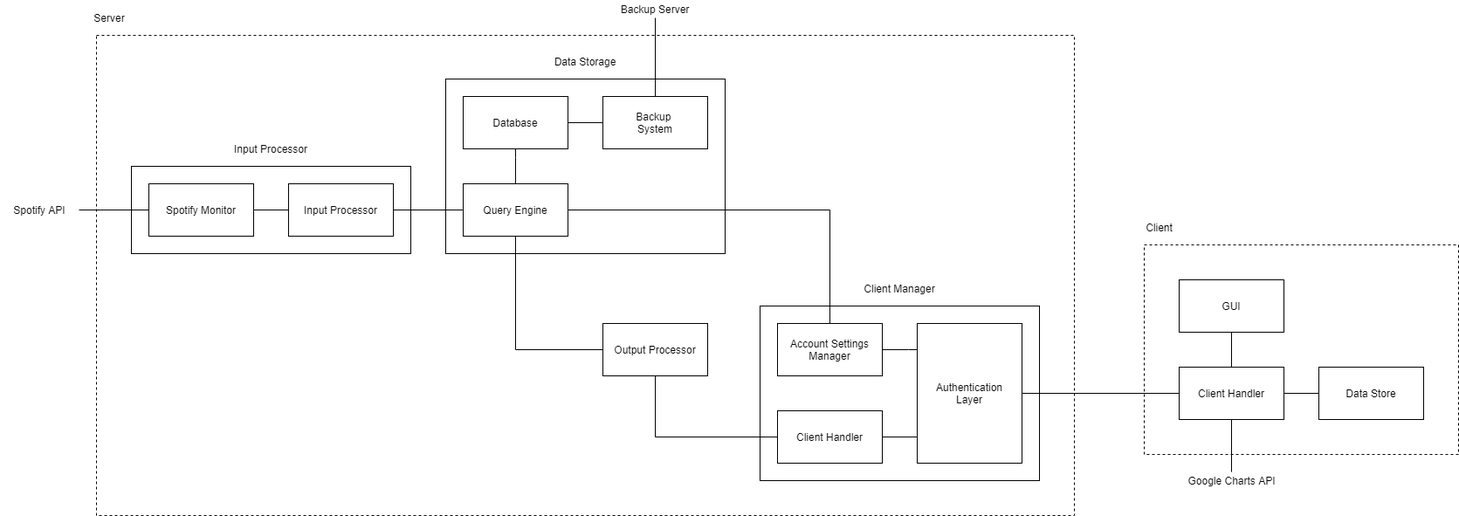
Before: Design/HLA/hla.png, a diagram exported from draw.io (jcryer/CSED-2). Source tidied: cells renumbered, new cells last; positions are measured from the earlier drawing's top-left corner, leaving out a move shared by most shapes. Source of this version:
```xml
<mxGraphModel>
  <root>
    <mxCell id="0" />
    <mxCell id="1" parent="0" />
    <mxCell id="2" style="rounded=0;whiteSpace=wrap;html=1;fillColor=none;dashed=1;" parent="1" vertex="1">
      <mxGeometry x="110" y="40" width="1120" height="550" as="geometry" />
    </mxCell>
    <mxCell id="3" style="rounded=0;whiteSpace=wrap;html=1;fillColor=none;" parent="1" vertex="1">
      <mxGeometry x="510" y="90" width="320" height="200" as="geometry" />
    </mxCell>
    <mxCell id="4" style="edgeStyle=orthogonalEdgeStyle;rounded=0;jettySize=auto;html=1;endArrow=none;endFill=0;" parent="1" edge="1" source="5" target="10">
      <mxGeometry relative="1" as="geometry" />
    </mxCell>
    <mxCell id="5" value="Database" style="rounded=0;whiteSpace=wrap;html=1;" parent="1" vertex="1">
      <mxGeometry x="530" y="110" width="120" height="60" as="geometry" />
    </mxCell>
    <mxCell id="6" style="edgeStyle=orthogonalEdgeStyle;rounded=0;jettySize=auto;html=1;entryX=0.5;entryY=1;entryDx=0;entryDy=0;endArrow=none;endFill=0;" parent="1" edge="1" source="8" target="5">
      <mxGeometry relative="1" as="geometry">
        <Array as="points">
          <mxPoint x="590" y="180" />
          <mxPoint x="590" y="180" />
        </Array>
      </mxGeometry>
    </mxCell>
    <mxCell id="7" style="edgeStyle=orthogonalEdgeStyle;rounded=0;jettySize=auto;html=1;endArrow=none;endFill=0;" parent="1" edge="1" source="8" target="25">
      <mxGeometry relative="1" as="geometry" />
    </mxCell>
    <mxCell id="8" value="Query Engine" style="rounded=0;whiteSpace=wrap;html=1;" parent="1" vertex="1">
      <mxGeometry x="530" y="210" width="120" height="60" as="geometry" />
    </mxCell>
    <mxCell id="9" style="edgeStyle=orthogonalEdgeStyle;rounded=0;jettySize=auto;html=1;endArrow=none;endFill=0;" parent="1" edge="1" source="10" target="26">
      <mxGeometry relative="1" as="geometry" />
    </mxCell>
    <mxCell id="10" value="Backup&amp;nbsp;&lt;br&gt;System" style="rounded=0;whiteSpace=wrap;html=1;" parent="1" vertex="1">
      <mxGeometry x="690" y="110" width="120" height="60" as="geometry" />
    </mxCell>
    <mxCell id="11" value="Data Storage" style="text;html=1;strokeColor=none;fillColor=none;align=center;verticalAlign=middle;whiteSpace=wrap;rounded=0;" parent="1" vertex="1">
      <mxGeometry x="625" y="60" width="90" height="20" as="geometry" />
    </mxCell>
    <mxCell id="12" style="rounded=0;whiteSpace=wrap;html=1;fillColor=none;" parent="1" vertex="1">
      <mxGeometry x="870" y="350" width="320" height="200" as="geometry" />
    </mxCell>
    <mxCell id="13" style="edgeStyle=orthogonalEdgeStyle;rounded=0;jettySize=auto;html=1;entryX=0;entryY=0.5;entryDx=0;entryDy=0;endArrow=none;endFill=0;" parent="1" edge="1" source="15" target="16">
      <mxGeometry relative="1" as="geometry">
        <Array as="points">
          <mxPoint x="1050" y="500" />
        </Array>
      </mxGeometry>
    </mxCell>
    <mxCell id="14" style="edgeStyle=orthogonalEdgeStyle;rounded=0;jettySize=auto;html=1;endArrow=none;endFill=0;" parent="1" edge="1" source="15" target="18">
      <mxGeometry relative="1" as="geometry" />
    </mxCell>
    <mxCell id="15" value="Client Handler" style="rounded=0;whiteSpace=wrap;html=1;" parent="1" vertex="1">
      <mxGeometry x="890" y="470" width="120" height="60" as="geometry" />
    </mxCell>
    <mxCell id="16" value="Authentication&lt;br&gt;Layer" style="rounded=0;whiteSpace=wrap;html=1;" parent="1" vertex="1">
      <mxGeometry x="1050" y="370" width="120" height="160" as="geometry" />
    </mxCell>
    <mxCell id="17" style="edgeStyle=orthogonalEdgeStyle;rounded=0;jettySize=auto;html=1;endArrow=none;endFill=0;" parent="1" edge="1" source="18" target="8">
      <mxGeometry relative="1" as="geometry" />
    </mxCell>
    <mxCell id="18" value="Output Processor" style="rounded=0;whiteSpace=wrap;html=1;" parent="1" vertex="1">
      <mxGeometry x="690" y="370" width="120" height="60" as="geometry" />
    </mxCell>
    <mxCell id="19" value="Client Manager" style="text;html=1;strokeColor=none;fillColor=none;align=center;verticalAlign=middle;whiteSpace=wrap;rounded=0;" parent="1" vertex="1">
      <mxGeometry x="985" y="320" width="90" height="20" as="geometry" />
    </mxCell>
    <mxCell id="20" style="rounded=0;whiteSpace=wrap;html=1;fillColor=none;" parent="1" vertex="1">
      <mxGeometry x="150" y="190" width="320" height="100" as="geometry" />
    </mxCell>
    <mxCell id="21" style="edgeStyle=orthogonalEdgeStyle;rounded=0;jettySize=auto;html=1;entryX=1;entryY=0.5;entryDx=0;entryDy=0;endArrow=none;endFill=0;" parent="1" edge="1" source="22" target="30">
      <mxGeometry relative="1" as="geometry" />
    </mxCell>
    <mxCell id="22" value="Spotify Monitor" style="rounded=0;whiteSpace=wrap;html=1;" parent="1" vertex="1">
      <mxGeometry x="170" y="210" width="120" height="60" as="geometry" />
    </mxCell>
    <mxCell id="23" value="Input Processor" style="text;html=1;strokeColor=none;fillColor=none;align=center;verticalAlign=middle;whiteSpace=wrap;rounded=0;" parent="1" vertex="1">
      <mxGeometry x="265" y="160" width="90" height="20" as="geometry" />
    </mxCell>
    <mxCell id="24" style="edgeStyle=orthogonalEdgeStyle;rounded=0;jettySize=auto;html=1;endArrow=none;endFill=0;" parent="1" edge="1" source="25" target="22">
      <mxGeometry relative="1" as="geometry" />
    </mxCell>
    <mxCell id="25" value="Input Processor" style="rounded=0;whiteSpace=wrap;html=1;" parent="1" vertex="1">
      <mxGeometry x="330" y="210" width="120" height="60" as="geometry" />
    </mxCell>
    <mxCell id="26" value="Backup Server" style="text;html=1;strokeColor=none;fillColor=none;align=center;verticalAlign=middle;whiteSpace=wrap;rounded=0;" parent="1" vertex="1">
      <mxGeometry x="705" width="90" height="20" as="geometry" />
    </mxCell>
    <mxCell id="27" style="edgeStyle=orthogonalEdgeStyle;rounded=0;jettySize=auto;html=1;endArrow=none;endFill=0;" parent="1" edge="1" source="29" target="16">
      <mxGeometry relative="1" as="geometry">
        <Array as="points">
          <mxPoint x="1040" y="400" />
          <mxPoint x="1040" y="400" />
        </Array>
      </mxGeometry>
    </mxCell>
    <mxCell id="28" style="edgeStyle=orthogonalEdgeStyle;rounded=0;jettySize=auto;html=1;entryX=1;entryY=0.5;entryDx=0;entryDy=0;endArrow=none;endFill=0;exitX=0.5;exitY=0;exitDx=0;exitDy=0;" parent="1" edge="1" source="29" target="8">
      <mxGeometry relative="1" as="geometry" />
    </mxCell>
    <mxCell id="29" value="Account Settings Manager" style="rounded=0;whiteSpace=wrap;html=1;" parent="1" vertex="1">
      <mxGeometry x="890" y="370" width="120" height="60" as="geometry" />
    </mxCell>
    <mxCell id="30" value="Spotify API" style="text;html=1;strokeColor=none;fillColor=none;align=center;verticalAlign=middle;whiteSpace=wrap;rounded=0;" parent="1" vertex="1">
      <mxGeometry y="230" width="90" height="20" as="geometry" />
    </mxCell>
    <mxCell id="31" style="rounded=0;whiteSpace=wrap;html=1;fillColor=none;dashed=1;" parent="1" vertex="1">
      <mxGeometry x="1310" y="280" width="360" height="240" as="geometry" />
    </mxCell>
    <mxCell id="32" style="edgeStyle=orthogonalEdgeStyle;rounded=0;jettySize=auto;html=1;entryX=1;entryY=0.5;entryDx=0;entryDy=0;endArrow=none;endFill=0;" parent="1" edge="1" source="36" target="16">
      <mxGeometry relative="1" as="geometry" />
    </mxCell>
    <mxCell id="33" style="edgeStyle=orthogonalEdgeStyle;rounded=0;jettySize=auto;html=1;endArrow=none;endFill=0;" parent="1" edge="1" source="36" target="37">
      <mxGeometry relative="1" as="geometry" />
    </mxCell>
    <mxCell id="34" style="edgeStyle=orthogonalEdgeStyle;rounded=0;jettySize=auto;html=1;endArrow=none;endFill=0;" parent="1" edge="1" source="36" target="38">
      <mxGeometry relative="1" as="geometry" />
    </mxCell>
    <mxCell id="35" style="edgeStyle=orthogonalEdgeStyle;rounded=0;jettySize=auto;html=1;entryX=0.5;entryY=0;entryDx=0;entryDy=0;endArrow=none;endFill=0;" parent="1" edge="1" source="36" target="39">
      <mxGeometry relative="1" as="geometry" />
    </mxCell>
    <mxCell id="36" value="Client Handler" style="rounded=0;whiteSpace=wrap;html=1;" parent="1" vertex="1">
      <mxGeometry x="1350" y="420" width="120" height="60" as="geometry" />
    </mxCell>
    <mxCell id="37" value="Data Store" style="rounded=0;whiteSpace=wrap;html=1;" parent="1" vertex="1">
      <mxGeometry x="1510" y="420" width="120" height="60" as="geometry" />
    </mxCell>
    <mxCell id="38" value="GUI" style="rounded=0;whiteSpace=wrap;html=1;" parent="1" vertex="1">
      <mxGeometry x="1350" y="320" width="120" height="60" as="geometry" />
    </mxCell>
    <mxCell id="39" value="Google Charts API" style="text;html=1;strokeColor=none;fillColor=none;align=center;verticalAlign=middle;whiteSpace=wrap;rounded=0;" parent="1" vertex="1">
      <mxGeometry x="1352.5" y="540" width="115" height="20" as="geometry" />
    </mxCell>
    <mxCell id="40" value="Client" style="text;html=1;strokeColor=none;fillColor=none;align=center;verticalAlign=middle;whiteSpace=wrap;rounded=0;" parent="1" vertex="1">
      <mxGeometry x="1270" y="250" width="115" height="20" as="geometry" />
    </mxCell>
    <mxCell id="41" value="Server" style="text;html=1;strokeColor=none;fillColor=none;align=center;verticalAlign=middle;whiteSpace=wrap;rounded=0;" parent="1" vertex="1">
      <mxGeometry x="80" y="10" width="90" height="20" as="geometry" />
    </mxCell>
  </root>
</mxGraphModel>
```
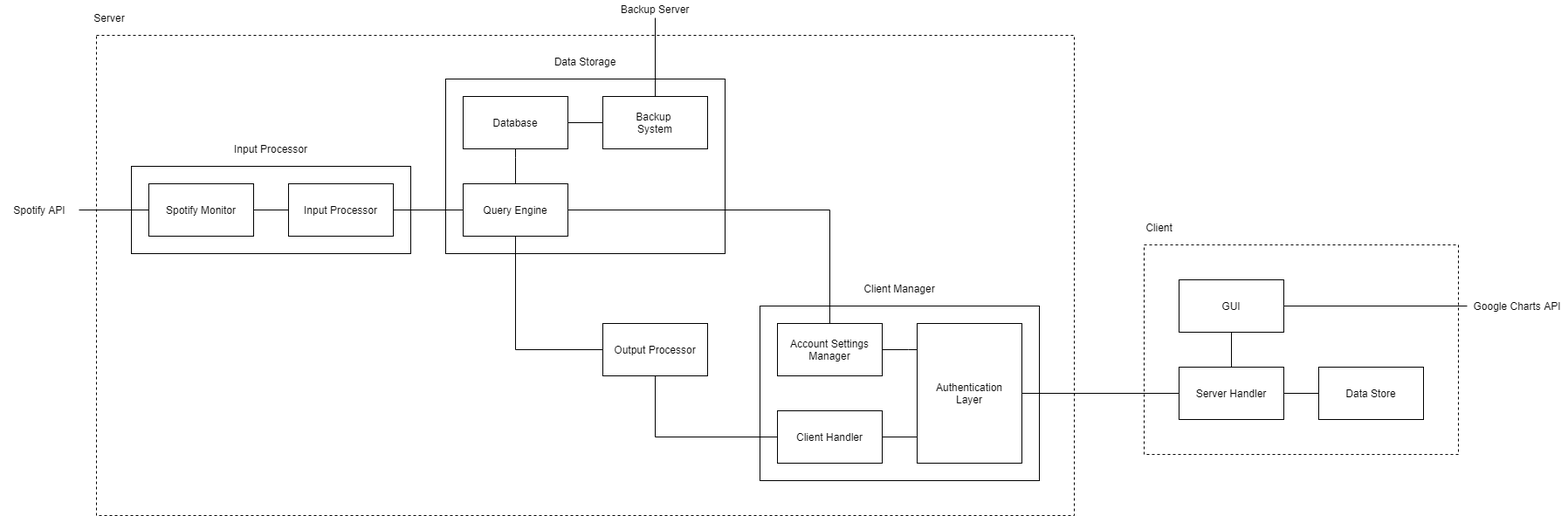
After the commit.

The edit, as a diff of the source:
```diff
@@ -115,10 +115,7 @@
     <mxCell id="34" style="edgeStyle=orthogonalEdgeStyle;rounded=0;jettySize=auto;html=1;endArrow=none;endFill=0;" parent="1" edge="1" source="36" target="38">
       <mxGeometry relative="1" as="geometry" />
     </mxCell>
-    <mxCell id="35" style="edgeStyle=orthogonalEdgeStyle;rounded=0;jettySize=auto;html=1;entryX=0.5;entryY=0;entryDx=0;entryDy=0;endArrow=none;endFill=0;" parent="1" edge="1" source="36" target="39">
-      <mxGeometry relative="1" as="geometry" />
-    </mxCell>
-    <mxCell id="36" value="Client Handler" style="rounded=0;whiteSpace=wrap;html=1;" parent="1" vertex="1">
+    <mxCell id="36" value="Server Handler" style="rounded=0;whiteSpace=wrap;html=1;" parent="1" vertex="1">
       <mxGeometry x="1350" y="420" width="120" height="60" as="geometry" />
     </mxCell>
     <mxCell id="37" value="Data Store" style="rounded=0;whiteSpace=wrap;html=1;" parent="1" vertex="1">
@@ -127,8 +124,11 @@
     <mxCell id="38" value="GUI" style="rounded=0;whiteSpace=wrap;html=1;" parent="1" vertex="1">
       <mxGeometry x="1350" y="320" width="120" height="60" as="geometry" />
     </mxCell>
+    <mxCell id="42" style="edgeStyle=orthogonalEdgeStyle;rounded=0;jettySize=auto;html=1;endArrow=none;endFill=0;" parent="1" edge="1" source="39" target="38">
+      <mxGeometry relative="1" as="geometry" />
+    </mxCell>
     <mxCell id="39" value="Google Charts API" style="text;html=1;strokeColor=none;fillColor=none;align=center;verticalAlign=middle;whiteSpace=wrap;rounded=0;" parent="1" vertex="1">
-      <mxGeometry x="1352.5" y="540" width="115" height="20" as="geometry" />
+      <mxGeometry x="1680" y="340" width="115" height="20" as="geometry" />
     </mxCell>
     <mxCell id="40" value="Client" style="text;html=1;strokeColor=none;fillColor=none;align=center;verticalAlign=middle;whiteSpace=wrap;rounded=0;" parent="1" vertex="1">
       <mxGeometry x="1270" y="250" width="115" height="20" as="geometry" />
```
